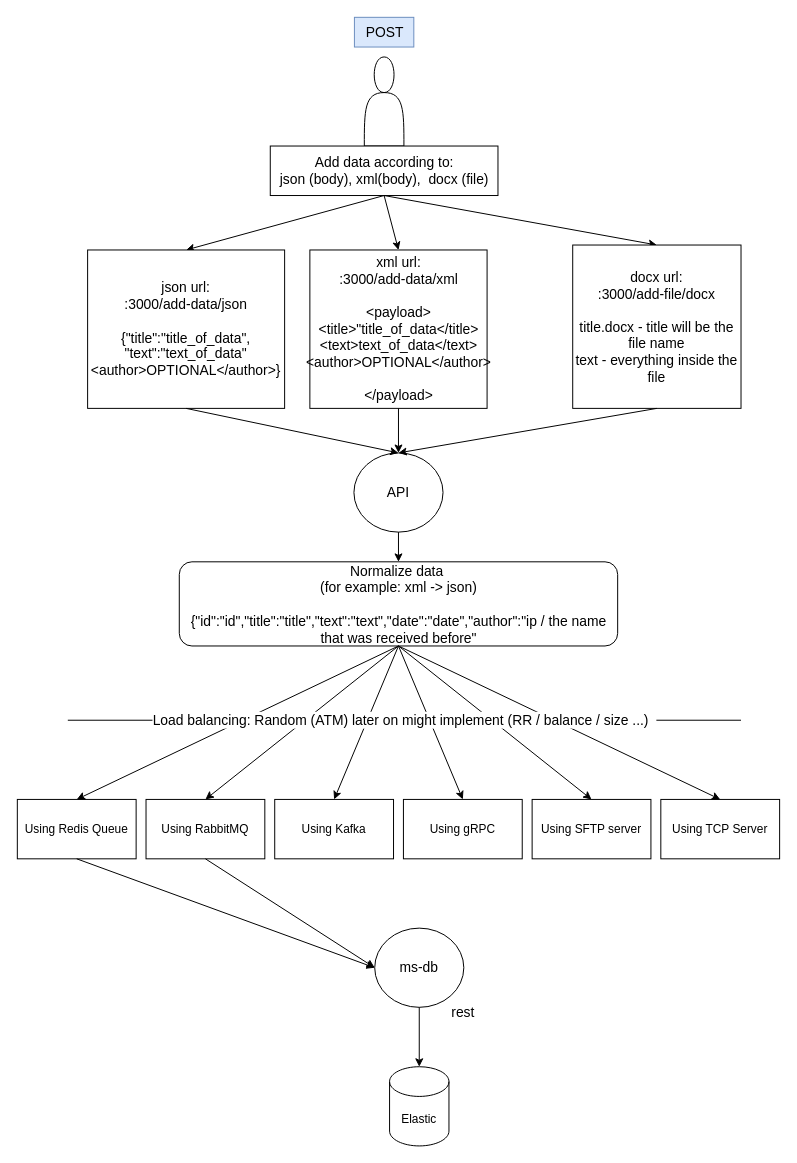
Earlier version of the draw.io diagram page "Flow add text data" (4 of 4) of Diagrams.drawio (amitwev/DataTube). Source tidied: cells renumbered, new cells numbered last; positions are measured from the earlier drawing's top-left corner, leaving out a move shared by most shapes. Both pictures are drawn from the tidied source at 99%, with x=0, y=0 at pixel (17, 17).
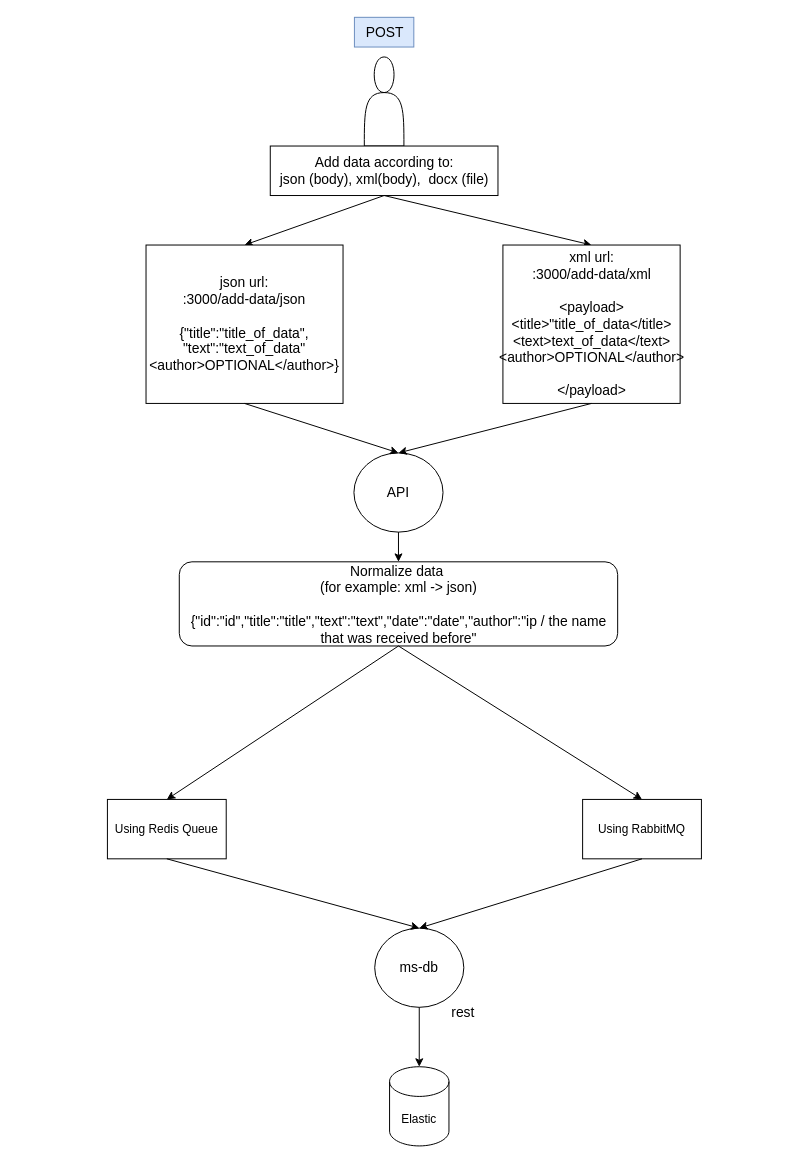
The same page after the edit.

Unchanged cells that the change refers to:
```xml
<mxCell id="3" value="API" style="ellipse;whiteSpace=wrap;html=1;fontSize=14;" parent="1" vertex="1">
  <mxGeometry x="340" y="440" width="90" height="80" as="geometry" />
</mxCell>
<mxCell id="12" value="Add data according to:&lt;br&gt;json (body), xml(body),&amp;nbsp; docx (file)" style="rounded=0;whiteSpace=wrap;html=1;fontSize=14;" parent="1" vertex="1">
  <mxGeometry x="255.5" y="130" width="230" height="50" as="geometry" />
</mxCell>
<mxCell id="22" value="Normalize data&amp;nbsp;&lt;br&gt;(for example: xml -&amp;gt; json)&lt;br&gt;&lt;br&gt;{&quot;id&quot;:&quot;id&quot;,&quot;title&quot;:&quot;title&quot;,&quot;text&quot;:&quot;text&quot;,&quot;date&quot;:&quot;date&quot;,&quot;author&quot;:&quot;ip / the name that was received before&quot;" style="rounded=1;whiteSpace=wrap;html=1;fontSize=14;" parent="1" vertex="1">
  <mxGeometry x="163.6" y="550" width="442.8" height="85" as="geometry" />
</mxCell>
<mxCell id="30" value="ms-db" style="ellipse;whiteSpace=wrap;html=1;fontSize=14;" parent="1" vertex="1">
  <mxGeometry x="361" y="920" width="90" height="80" as="geometry" />
</mxCell>
```

Change to the diagram source:
```diff
@@
     <mxCell id="6" value="Using Redis Queue" style="rounded=0;whiteSpace=wrap;html=1;" parent="1" vertex="1">
-      <mxGeometry y="790" width="120" height="60" as="geometry" />
+      <mxGeometry x="91" y="790" width="120" height="60" as="geometry" />
     </mxCell>
     <mxCell id="7" value="Using RabbitMQ" style="rounded=0;whiteSpace=wrap;html=1;" parent="1" vertex="1">
-      <mxGeometry x="130" y="790" width="120" height="60" as="geometry" />
+      <mxGeometry x="571" y="790" width="120" height="60" as="geometry" />
     </mxCell>
-    <mxCell id="8" value="Using Kafka" style="rounded=0;whiteSpace=wrap;html=1;" parent="1" vertex="1">
-      <mxGeometry x="260" y="790" width="120" height="60" as="geometry" />
-    </mxCell>
-    <mxCell id="9" value="Using gRPC" style="rounded=0;whiteSpace=wrap;html=1;" parent="1" vertex="1">
-      <mxGeometry x="390" y="790" width="120" height="60" as="geometry" />
-    </mxCell>
-    <mxCell id="10" value="Using SFTP server" style="rounded=0;whiteSpace=wrap;html=1;" parent="1" vertex="1">
-      <mxGeometry x="520" y="790" width="120" height="60" as="geometry" />
-    </mxCell>
-    <mxCell id="11" value="Using TCP Server" style="rounded=0;whiteSpace=wrap;html=1;" parent="1" vertex="1">
-      <mxGeometry x="650" y="790" width="120" height="60" as="geometry" />
-    </mxCell>
@@
-    <mxCell id="15" style="endArrow=classic;html=1;rounded=0;fontSize=14;exitX=0.5;exitY=1;exitDx=0;exitDy=0;entryX=0.5;entryY=0;entryDx=0;entryDy=0;" parent="1" edge="1" source="12" target="18">
-      <mxGeometry relative="1" as="geometry" />
-    </mxCell>
     <mxCell id="16" value="json url:&lt;br&gt;:3000/add-data/json&lt;br&gt;&lt;br&gt;{&quot;title&quot;:&quot;title_of_data&quot;,&lt;br&gt;&quot;text&quot;:&quot;text_of_data&quot;&lt;br&gt;&amp;lt;author&amp;gt;OPTIONAL&amp;lt;/author&amp;gt;}" style="rounded=0;whiteSpace=wrap;html=1;fontSize=14;" parent="1" vertex="1">
-      <mxGeometry x="71" y="235" width="199" height="160" as="geometry" />
+      <mxGeometry x="130" y="230" width="199" height="160" as="geometry" />
     </mxCell>
     <mxCell id="17" value="xml url:&lt;br&gt;:3000/add-data/xml&lt;br&gt;&lt;br&gt;&amp;lt;payload&amp;gt;&lt;br&gt;&amp;lt;title&amp;gt;&quot;title_of_data&amp;lt;/title&amp;gt;&lt;br&gt;&amp;lt;text&amp;gt;text_of_data&amp;lt;/text&amp;gt;&lt;br&gt;&amp;lt;author&amp;gt;OPTIONAL&amp;lt;/author&amp;gt;&lt;br&gt;&lt;br&gt;&amp;lt;/payload&amp;gt;" style="rounded=0;whiteSpace=wrap;html=1;fontSize=14;" parent="1" vertex="1">
-      <mxGeometry x="295.5" y="235" width="179" height="160" as="geometry" />
+      <mxGeometry x="490.5" y="230" width="179" height="160" as="geometry" />
     </mxCell>
-    <mxCell id="18" value="docx url:&lt;br&gt;:3000/add-file/docx&lt;br&gt;&lt;br&gt;title.docx - title will be the file name&lt;br&gt;text - everything inside the file" style="rounded=0;whiteSpace=wrap;html=1;fontSize=14;" parent="1" vertex="1">
-      <mxGeometry x="561" y="230" width="170" height="165" as="geometry" />
-    </mxCell>
@@
-    <mxCell id="21" style="endArrow=classic;html=1;rounded=0;fontSize=14;exitX=0.5;exitY=1;exitDx=0;exitDy=0;entryX=0.5;entryY=0;entryDx=0;entryDy=0;" parent="1" edge="1" source="18" target="3">
-      <mxGeometry relative="1" as="geometry" />
-    </mxCell>
@@
-    <mxCell id="25" style="endArrow=classic;html=1;rounded=0;fontSize=14;entryX=0.5;entryY=0;entryDx=0;entryDy=0;exitX=0.5;exitY=1;exitDx=0;exitDy=0;" parent="1" edge="1" source="22" target="8">
-      <mxGeometry relative="1" as="geometry" />
-    </mxCell>
-    <mxCell id="26" style="endArrow=classic;html=1;rounded=0;fontSize=14;entryX=0.5;entryY=0;entryDx=0;entryDy=0;exitX=0.5;exitY=1;exitDx=0;exitDy=0;" parent="1" edge="1" source="22" target="9">
-      <mxGeometry relative="1" as="geometry" />
-    </mxCell>
-    <mxCell id="27" style="endArrow=classic;html=1;rounded=0;fontSize=14;entryX=0.5;entryY=0;entryDx=0;entryDy=0;exitX=0.5;exitY=1;exitDx=0;exitDy=0;" parent="1" edge="1" source="22" target="10">
-      <mxGeometry relative="1" as="geometry" />
-    </mxCell>
-    <mxCell id="28" style="endArrow=classic;html=1;rounded=0;fontSize=14;entryX=0.5;entryY=0;entryDx=0;entryDy=0;exitX=0.5;exitY=1;exitDx=0;exitDy=0;" parent="1" edge="1" source="22" target="11">
-      <mxGeometry relative="1" as="geometry" />
-    </mxCell>
-    <mxCell id="29" value="Load balancing: Random (ATM) later on might implement (RR / balance / size ...)&amp;nbsp;&amp;nbsp;" style="endArrow=none;html=1;rounded=0;fontSize=14;" parent="1" edge="1">
-      <mxGeometry relative="1" as="geometry">
-        <mxPoint x="51" y="710" as="sourcePoint" />
-        <mxPoint x="731" y="710" as="targetPoint" />
-      </mxGeometry>
-    </mxCell>
@@
-    <mxCell id="34" style="endArrow=classic;html=1;rounded=0;fontSize=14;entryX=0;entryY=0.5;entryDx=0;entryDy=0;exitX=0.5;exitY=1;exitDx=0;exitDy=0;" parent="1" edge="1" source="6" target="30">
+    <mxCell id="34" style="endArrow=classic;html=1;rounded=0;fontSize=14;entryX=0.5;entryY=0;entryDx=0;entryDy=0;exitX=0.5;exitY=1;exitDx=0;exitDy=0;" parent="1" edge="1" source="6" target="30">
       <mxGeometry relative="1" as="geometry" />
     </mxCell>
-    <mxCell id="35" style="endArrow=classic;html=1;rounded=0;fontSize=14;entryX=0;entryY=0.5;entryDx=0;entryDy=0;exitX=0.5;exitY=1;exitDx=0;exitDy=0;" parent="1" edge="1" source="7" target="30">
+    <mxCell id="35" style="endArrow=classic;html=1;rounded=0;fontSize=14;entryX=0.5;entryY=0;entryDx=0;entryDy=0;exitX=0.5;exitY=1;exitDx=0;exitDy=0;" parent="1" edge="1" source="7" target="30">
       <mxGeometry relative="1" as="geometry" />
     </mxCell>
```
